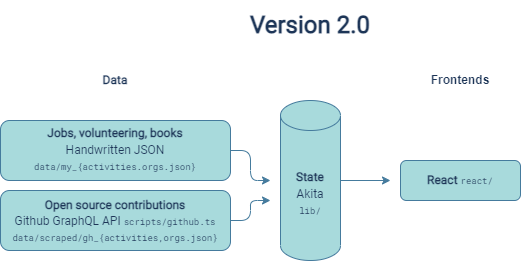
Before: packages/lib/assets/architecture.png, a diagram exported from draw.io (tony/cv). Source tidied: cells renumbered, new cells last; positions are measured from the earlier drawing's top-left corner, leaving out a move shared by most shapes.
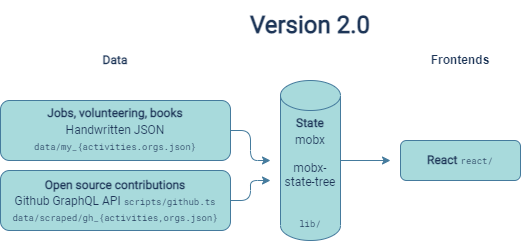
Above is the later version.

Commit message:
Update cv architecture image for mobx(-state-tree)

What changed in the source:
```diff
@@ -23,7 +23,7 @@
         <mxPoint x="390" y="180" as="targetPoint" />
       </mxGeometry>
     </mxCell>
-    <mxCell id="7" value="&lt;p style=&quot;line-height: 120%&quot;&gt;&lt;font face=&quot;Roboto&quot; style=&quot;line-height: 140%&quot;&gt;&lt;b style=&quot;line-height: 120%&quot;&gt;State&lt;/b&gt;&lt;br&gt;Akita&lt;/font&gt;&lt;br&gt;&lt;font style=&quot;font-size: 9px&quot; face=&quot;Roboto Mono&quot;&gt;lib/&lt;/font&gt;&lt;/p&gt;" style="shape=cylinder3;whiteSpace=wrap;html=1;boundedLbl=1;backgroundOutline=1;size=15;rounded=1;fillColor=#A8DADC;strokeColor=#457B9D;fontColor=#1D3557;" parent="1" vertex="1">
+    <mxCell id="7" value="&lt;p style=&quot;line-height: 120%&quot;&gt;&lt;font face=&quot;Roboto&quot; style=&quot;line-height: 140%&quot;&gt;&lt;b style=&quot;line-height: 120%&quot;&gt;State&lt;/b&gt;&lt;br&gt;mobx&lt;/font&gt;&lt;/p&gt;&lt;p style=&quot;line-height: 120%&quot;&gt;&lt;font face=&quot;Roboto&quot;&gt;mobx-state-tree&lt;/font&gt;&lt;/p&gt;&lt;p style=&quot;line-height: 120%&quot;&gt;&lt;font face=&quot;Roboto&quot;&gt;&lt;br&gt;&lt;/font&gt;&lt;font style=&quot;font-size: 9px&quot; face=&quot;Roboto Mono&quot;&gt;lib/&lt;/font&gt;&lt;/p&gt;" style="shape=cylinder3;whiteSpace=wrap;html=1;boundedLbl=1;backgroundOutline=1;size=15;rounded=1;fillColor=#A8DADC;strokeColor=#457B9D;fontColor=#1D3557;" parent="1" vertex="1">
       <mxGeometry x="280" y="100" width="60" height="160" as="geometry" />
     </mxCell>
     <mxCell id="8" value="&lt;b&gt;&lt;font face=&quot;Roboto&quot;&gt;Data&lt;/font&gt;&lt;/b&gt;" style="text;html=1;strokeColor=none;fillColor=none;align=center;verticalAlign=middle;whiteSpace=wrap;rounded=1;fontColor=#1D3557;" parent="1" vertex="1">
@@ -36,7 +36,7 @@
       <mxGeometry x="400" y="160" width="120" height="40" as="geometry" />
     </mxCell>
     <mxCell id="11" value="&lt;font face=&quot;Roboto&quot; style=&quot;font-size: 24px&quot;&gt;&lt;b&gt;Version 2.0&lt;/b&gt;&lt;/font&gt;" style="text;html=1;strokeColor=none;fillColor=none;align=center;verticalAlign=middle;whiteSpace=wrap;rounded=1;fontColor=#1D3557;" parent="1" vertex="1">
-      <mxGeometry x="155" width="310" height="50" as="geometry" />
+      <mxGeometry x="155" y="20" width="310" height="50" as="geometry" />
     </mxCell>
   </root>
 </mxGraphModel>
```
